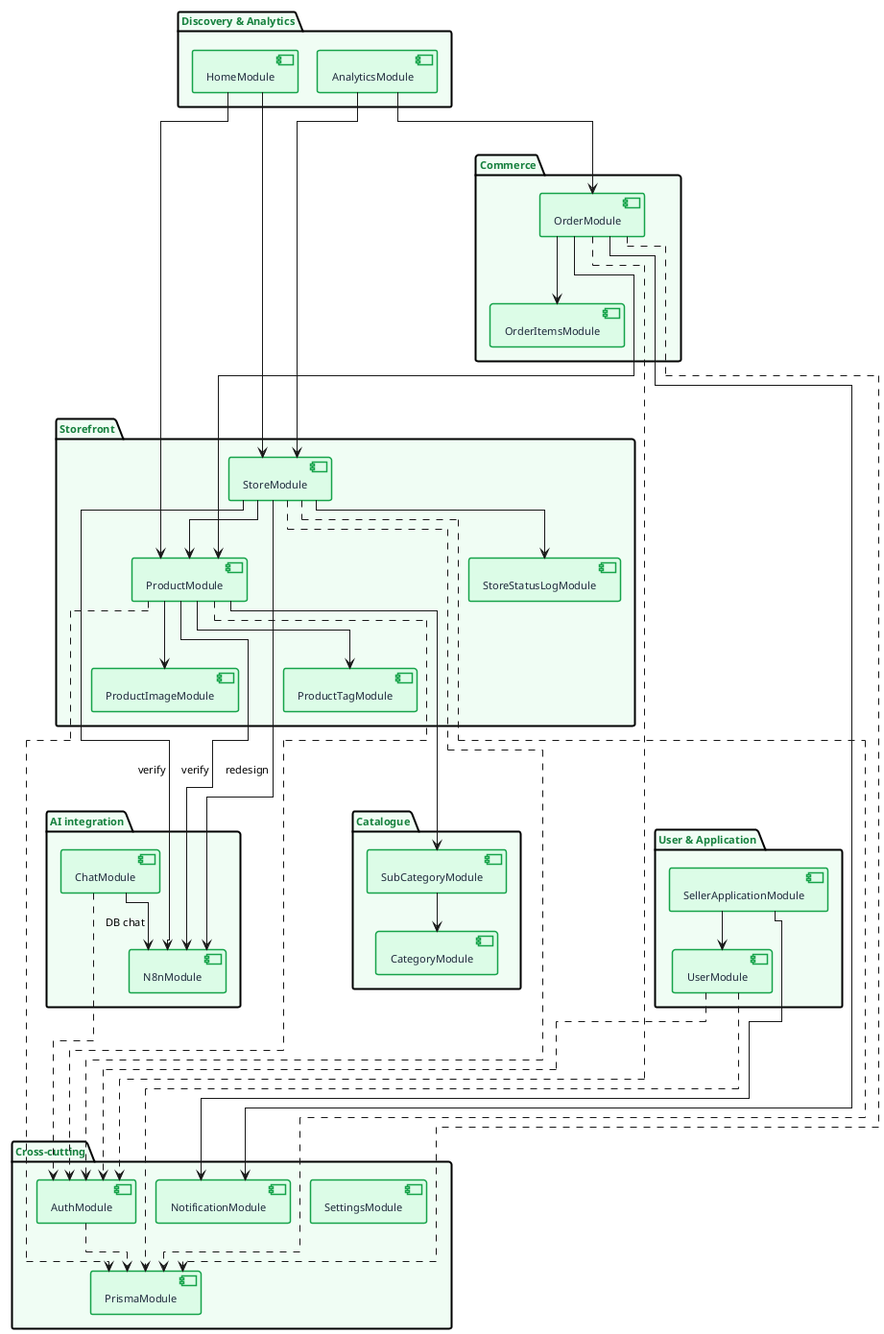
Before: diagrams/arch-nestjs.png, a diagram exported from PlantUML (NadimJebali/Pfe-rapport). The source it was exported from:
```plantuml
@startuml arch-nestjs
!pragma layout elk

skinparam defaultFontName Helvetica
skinparam defaultFontSize 11
skinparam backgroundColor #FFFFFF

skinparam package {
  BackgroundColor #F0FDF4
  BorderColor #16A34A
  BorderThickness 2
  FontStyle bold
  FontColor #15803D
}
skinparam component {
  BackgroundColor #DCFCE7
  BorderColor #16A34A
  BorderThickness 1.5
  FontColor #1E293B
}

package "Cross-cutting" as Cross #DBEAFE {
  [PrismaModule]     as Prisma
  [AuthModule]       as Auth
  [NotificationModule] as Notif
  [SettingsModule]   as Settings
}

package "User & Application" as UserApp {
  [UserModule]              as User
  [SellerApplicationModule] as SellerApp
}

package "Storefront" as Storefront {
  [StoreModule]          as Store
  [StoreStatusLogModule] as StoreLog
  [ProductModule]        as Product
  [ProductImageModule]   as ProdImg
  [ProductTagModule]     as ProdTag
}

package "Catalogue" as Catalogue {
  [CategoryModule]    as Cat
  [SubCategoryModule] as SubCat
}

package "Commerce" as Commerce {
  [OrderModule]      as Order
  [OrderItemsModule] as OrderItems
}

package "Discovery & Analytics" as Discovery {
  [HomeModule]      as Home
  [AnalyticsModule] as Analytics
}

package "AI integration" as AI #EDE9FE {
  [ChatModule] as Chat
  [N8nModule]  as N8N
}

User      ..> Prisma
Store     ..> Prisma
Product   ..> Prisma
Order     ..> Prisma
Auth      ..> Prisma

User      ..> Auth
Store     ..> Auth
Product   ..> Auth
Order     ..> Auth
Chat      ..> Auth

Store     --> StoreLog
Store     --> Product
Product   --> ProdImg
Product   --> ProdTag
Product   --> SubCat
SubCat    --> Cat

Order     --> OrderItems
Order     --> Product
Order     --> Notif

SellerApp --> User
SellerApp --> Notif

Home      --> Store
Home      --> Product
Analytics --> Order
Analytics --> Store

Product   --> N8N : verify
Store     --> N8N : verify
Store     --> N8N : redesign
Chat      --> N8N : DB chat

@enduml
```
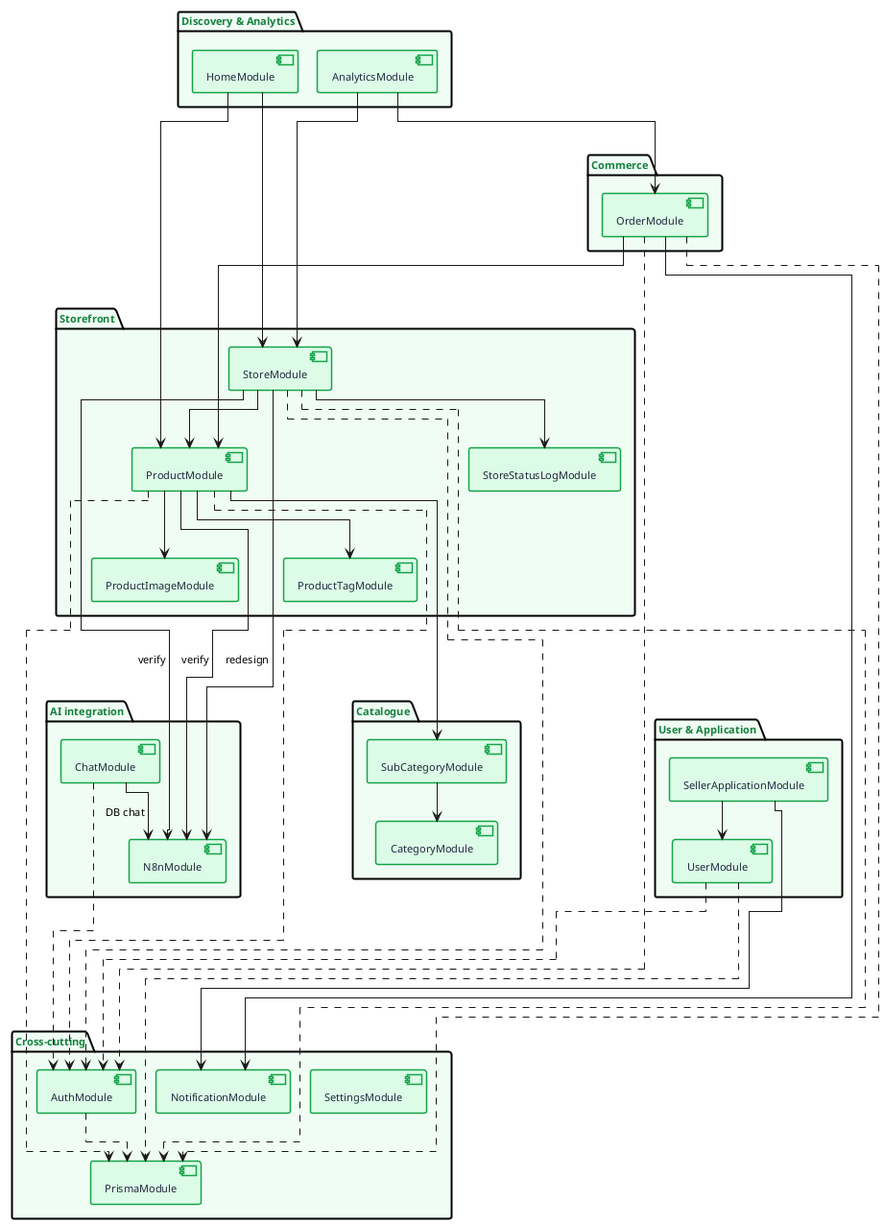
Later version of the same file.

What changed in the source:
```diff
@@ -46,7 +46,6 @@
 
 package "Commerce" as Commerce {
   [OrderModule]      as Order
-  [OrderItemsModule] as OrderItems
 }
 
 package "Discovery & Analytics" as Discovery {
@@ -78,7 +77,6 @@
 Product   --> SubCat
 SubCat    --> Cat
 
-Order     --> OrderItems
 Order     --> Product
 Order     --> Notif
 
```
